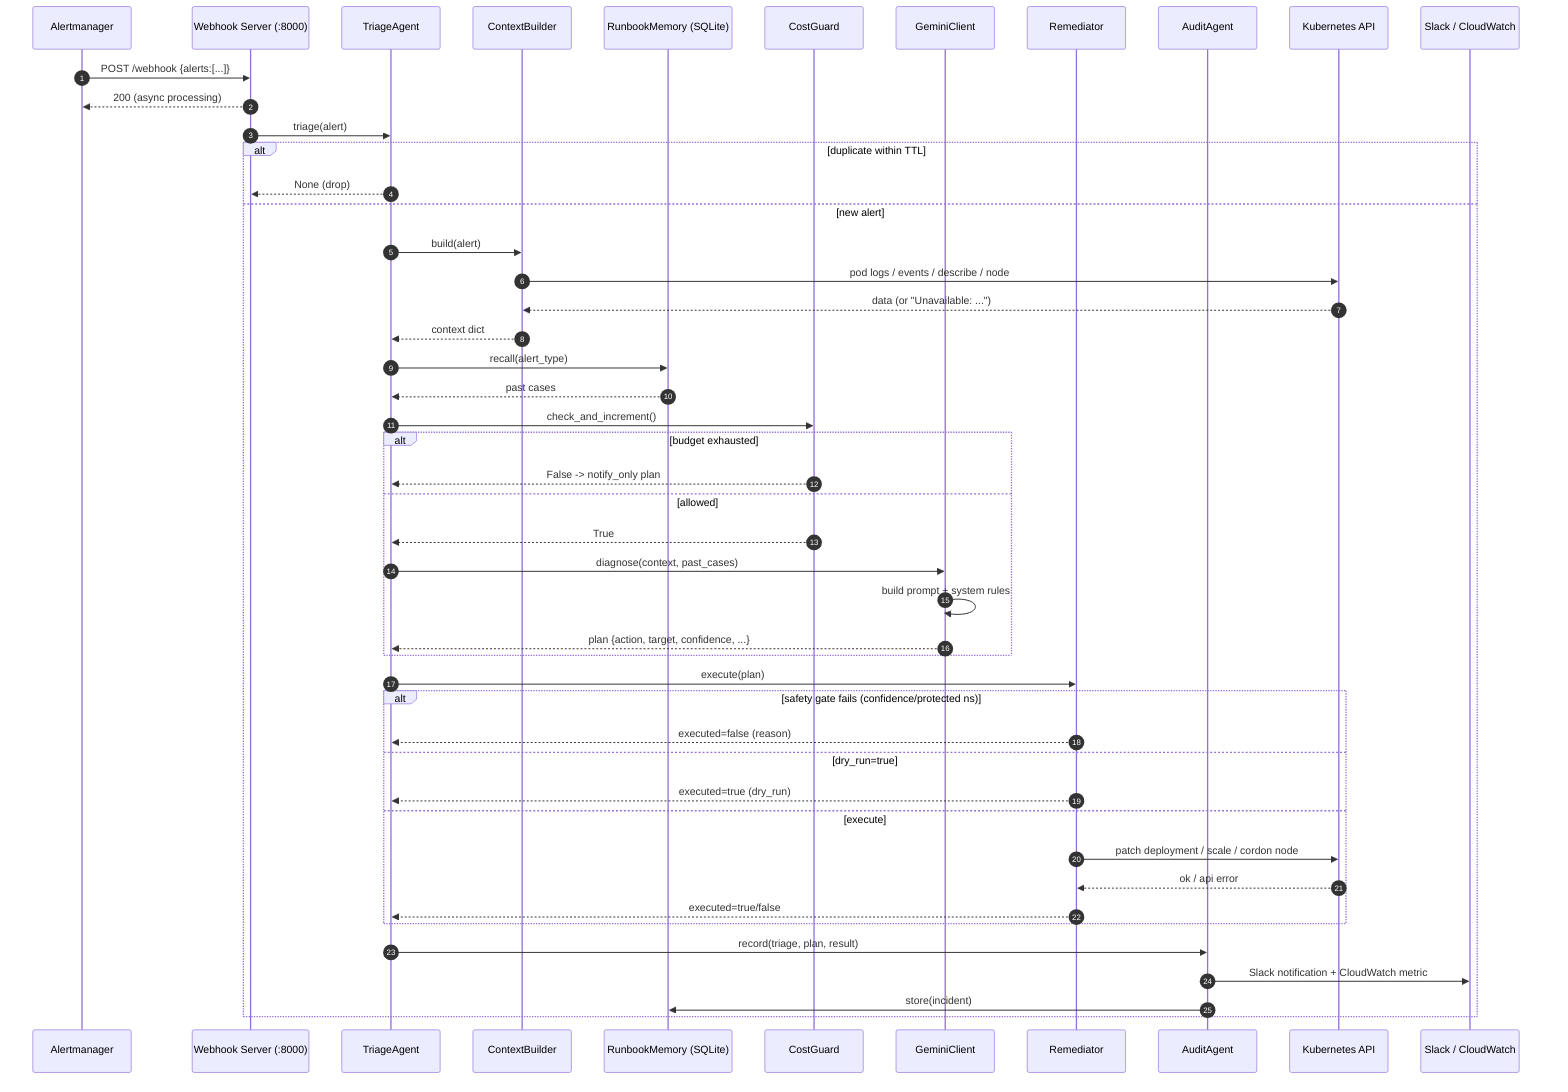
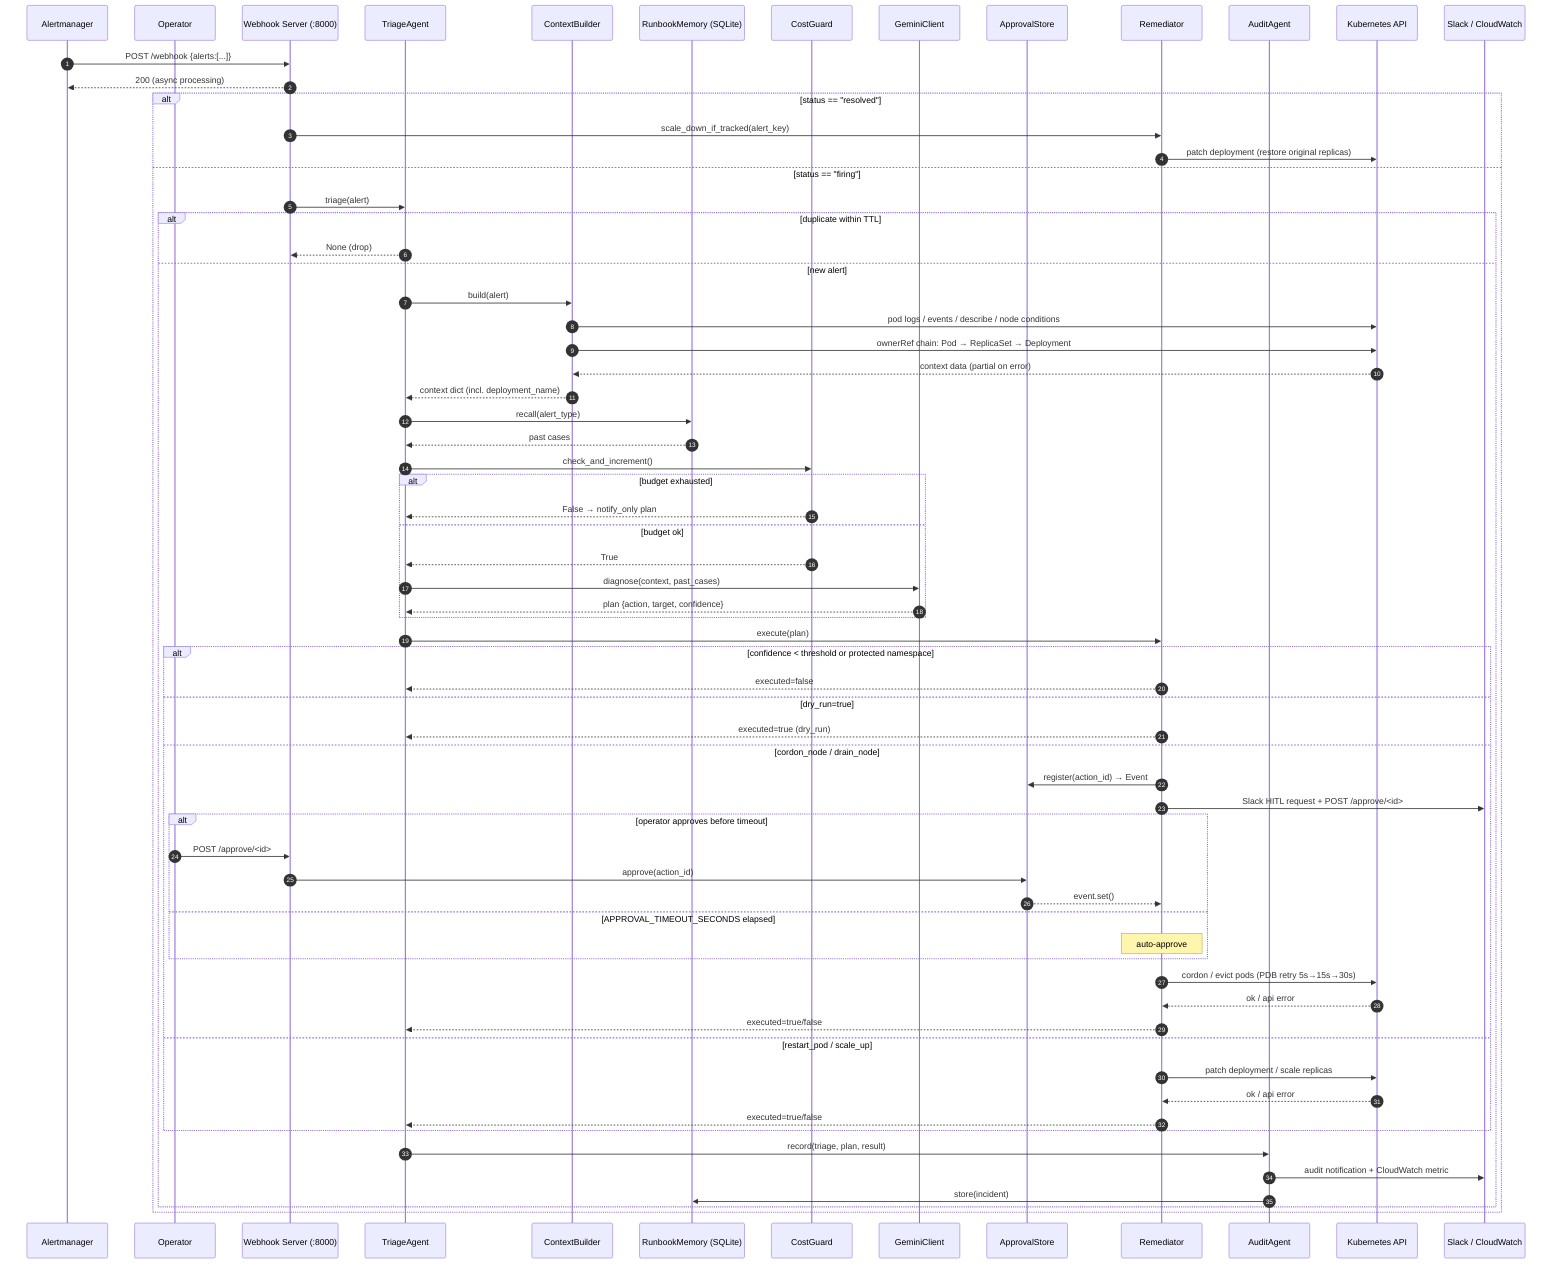
sequenceDiagram
    autonumber
    participant AM as Alertmanager
+     participant OP as Operator
    participant WH as Webhook Server (:8000)
    participant TR as TriageAgent
    participant CB as ContextBuilder
    participant MEM as RunbookMemory (SQLite)
    participant CG as CostGuard
    participant GC as GeminiClient
+     participant AS as ApprovalStore
    participant RM as Remediator
    participant AU as AuditAgent
    participant K as Kubernetes API
    participant SL as Slack / CloudWatch

    AM->>WH: POST /webhook {alerts:[...]}
    WH-->>AM: 200 (async processing)
-     WH->>TR: triage(alert)
-     alt duplicate within TTL
-         TR-->>WH: None (drop)
-     else new alert
-         TR->>CB: build(alert)
-         CB->>K: pod logs / events / describe / node
-         K-->>CB: data (or "Unavailable: ...")
-         CB-->>TR: context dict
-         TR->>MEM: recall(alert_type)
-         MEM-->>TR: past cases
-         TR->>CG: check_and_increment()
-         alt budget exhausted
-             CG-->>TR: False -> notify_only plan
-         else allowed
-             CG-->>TR: True
-             TR->>GC: diagnose(context, past_cases)
-             GC->>GC: build prompt + system rules
-             GC-->>TR: plan {action, target, confidence, ...}
+ 
+     alt status == "resolved"
+         WH->>RM: scale_down_if_tracked(alert_key)
+         RM->>K: patch deployment (restore original replicas)
+     else status == "firing"
+         WH->>TR: triage(alert)
+         alt duplicate within TTL
+             TR-->>WH: None (drop)
+         else new alert
+             TR->>CB: build(alert)
+             CB->>K: pod logs / events / describe / node conditions
+             CB->>K: ownerRef chain: Pod → ReplicaSet → Deployment
+             K-->>CB: context data (partial on error)
+             CB-->>TR: context dict (incl. deployment_name)
+             TR->>MEM: recall(alert_type)
+             MEM-->>TR: past cases
+             TR->>CG: check_and_increment()
+             alt budget exhausted
+                 CG-->>TR: False → notify_only plan
+             else budget ok
+                 CG-->>TR: True
+                 TR->>GC: diagnose(context, past_cases)
+                 GC-->>TR: plan {action, target, confidence}
+             end
+             TR->>RM: execute(plan)
+             alt confidence < threshold or protected namespace
+                 RM-->>TR: executed=false
+             else dry_run=true
+                 RM-->>TR: executed=true (dry_run)
+             else cordon_node / drain_node
+                 RM->>AS: register(action_id) → Event
+                 RM->>SL: Slack HITL request + POST /approve/<id>
+                 alt operator approves before timeout
+                     OP->>WH: POST /approve/<id>
+                     WH->>AS: approve(action_id)
+                     AS-->>RM: event.set()
+                 else APPROVAL_TIMEOUT_SECONDS elapsed
+                     Note over RM: auto-approve
+                 end
+                 RM->>K: cordon / evict pods (PDB retry 5s→15s→30s)
+                 K-->>RM: ok / api error
+                 RM-->>TR: executed=true/false
+             else restart_pod / scale_up
+                 RM->>K: patch deployment / scale replicas
+                 K-->>RM: ok / api error
+                 RM-->>TR: executed=true/false
+             end
+             TR->>AU: record(triage, plan, result)
+             AU->>SL: audit notification + CloudWatch metric
+             AU->>MEM: store(incident)
        end
-         TR->>RM: execute(plan)
-         alt safety gate fails (confidence/protected ns)
-             RM-->>TR: executed=false (reason)
-         else dry_run=true
-             RM-->>TR: executed=true (dry_run)
-         else execute
-             RM->>K: patch deployment / scale / cordon node
-             K-->>RM: ok / api error
-             RM-->>TR: executed=true/false
-         end
-         TR->>AU: record(triage, plan, result)
-         AU->>SL: Slack notification + CloudWatch metric
-         AU->>MEM: store(incident)
    end
